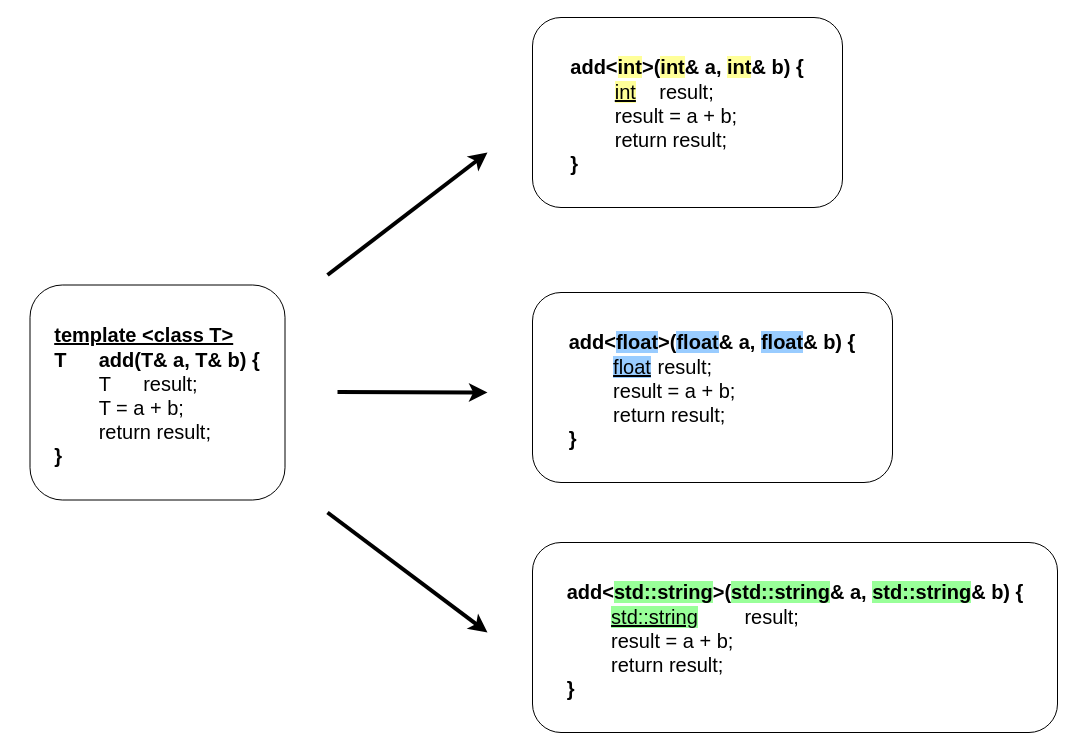
khk811/ft_containers keeps this draw.io diagram as page "template" (2 of 2) of C__OOP.drawio. Above is the earlier version. Source tidied: cells renumbered, new cells numbered last; positions are measured from the earlier drawing's top-left corner, leaving out a move shared by most shapes. Both pictures are drawn from the tidied source at 100%, with x=0, y=0 at pixel (27, 17).
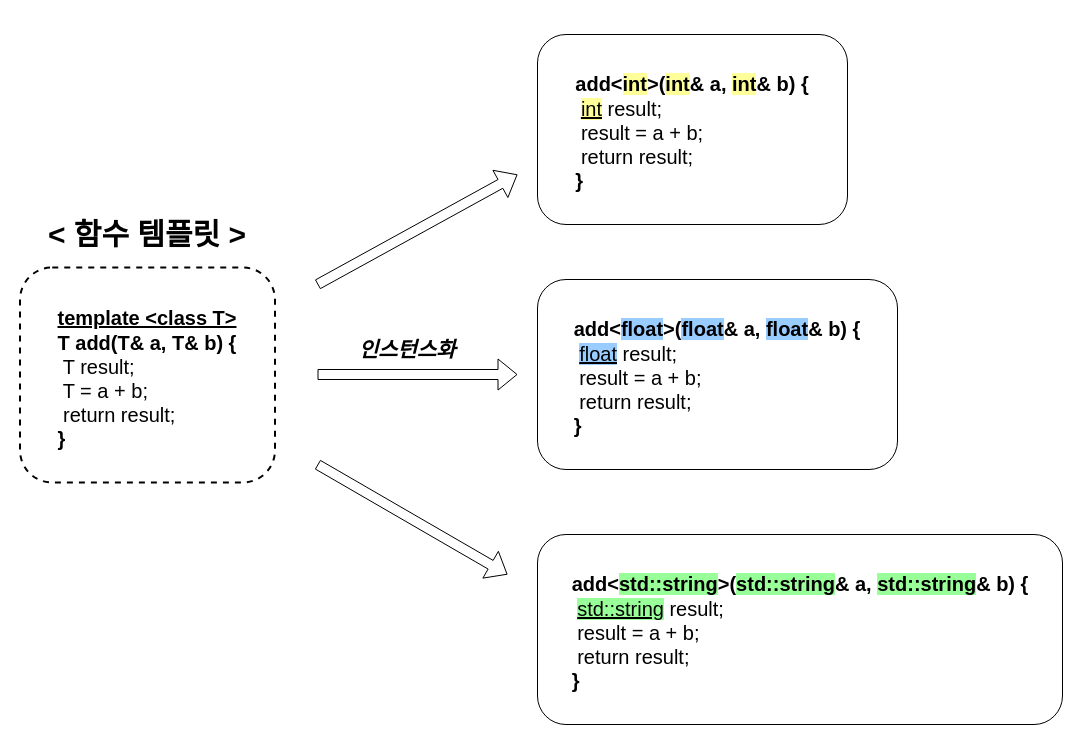
After the change.

Diff of the diagram source:
```diff
@@
 <mxGraphModel>
   <root>
     <mxCell id="0" />
     <mxCell id="1" parent="0" />
-    <mxCell id="2" value="&lt;div style=&quot;text-align: left;&quot;&gt;&lt;span style=&quot;font-size: 20px; background-color: initial;&quot;&gt;&lt;b&gt;&lt;u&gt;template &amp;lt;class T&amp;gt;&lt;/u&gt;&lt;/b&gt;&lt;/span&gt;&lt;/div&gt;&lt;font style=&quot;font-size: 20px;&quot;&gt;&lt;div style=&quot;text-align: left;&quot;&gt;&lt;b&gt;&lt;span style=&quot;background-color: initial;&quot;&gt;T&lt;/span&gt;&lt;span style=&quot;background-color: initial; white-space: pre;&quot;&gt;&#9;&lt;/span&gt;&lt;/b&gt;&lt;span style=&quot;background-color: initial;&quot;&gt;&lt;b&gt;add(T&amp;amp; a, T&amp;amp; b) {&lt;/b&gt;&lt;/span&gt;&lt;/div&gt;&lt;div style=&quot;text-align: left;&quot;&gt;&lt;span style=&quot;background-color: initial; white-space: pre;&quot;&gt;&#9;&lt;/span&gt;&lt;span style=&quot;background-color: initial;&quot;&gt;T&lt;span style=&quot;white-space: pre;&quot;&gt;&#9;&lt;/span&gt;result;&lt;/span&gt;&lt;/div&gt;&lt;div style=&quot;text-align: left;&quot;&gt;&lt;span style=&quot;background-color: initial;&quot;&gt;&lt;span style=&quot;white-space: pre;&quot;&gt;&#9;&lt;/span&gt;T = a + b;&lt;br&gt;&lt;/span&gt;&lt;/div&gt;&lt;div style=&quot;text-align: left;&quot;&gt;&lt;span style=&quot;background-color: initial;&quot;&gt;&lt;span style=&quot;white-space: pre;&quot;&gt;&#9;&lt;/span&gt;return result;&lt;br&gt;&lt;/span&gt;&lt;/div&gt;&lt;div style=&quot;text-align: left;&quot;&gt;&lt;span style=&quot;background-color: initial;&quot;&gt;&lt;b&gt;}&lt;/b&gt;&lt;/span&gt;&lt;/div&gt;&lt;/font&gt;" style="text;strokeColor=none;align=center;fillColor=none;html=1;verticalAlign=middle;whiteSpace=wrap;rounded=0;fontSize=25;fontColor=#000000;" parent="1" vertex="1">
-      <mxGeometry y="285" width="260" height="180" as="geometry" />
+    <mxCell id="2" value="&lt;div style=&quot;text-align: left;&quot;&gt;&lt;span style=&quot;font-size: 20px; background-color: initial;&quot;&gt;&lt;b&gt;&lt;u&gt;template &amp;lt;class T&amp;gt;&lt;/u&gt;&lt;/b&gt;&lt;/span&gt;&lt;/div&gt;&lt;font style=&quot;font-size: 20px;&quot;&gt;&lt;div style=&quot;text-align: left;&quot;&gt;&lt;b&gt;&lt;span style=&quot;background-color: initial;&quot;&gt;T&lt;/span&gt;&lt;span style=&quot;background-color: initial; white-space: pre;&quot;&gt; &lt;/span&gt;&lt;/b&gt;&lt;span style=&quot;background-color: initial;&quot;&gt;&lt;b&gt;add(T&amp;amp; a, T&amp;amp; b) {&lt;/b&gt;&lt;/span&gt;&lt;/div&gt;&lt;div style=&quot;text-align: left;&quot;&gt;&lt;span style=&quot;background-color: initial; white-space: pre;&quot;&gt; &lt;/span&gt;&lt;span style=&quot;background-color: initial;&quot;&gt;T&lt;span style=&quot;white-space: pre;&quot;&gt; &lt;/span&gt;result;&lt;/span&gt;&lt;/div&gt;&lt;div style=&quot;text-align: left;&quot;&gt;&lt;span style=&quot;background-color: initial;&quot;&gt;&lt;span style=&quot;white-space: pre;&quot;&gt; &lt;/span&gt;T = a + b;&lt;br&gt;&lt;/span&gt;&lt;/div&gt;&lt;div style=&quot;text-align: left;&quot;&gt;&lt;span style=&quot;background-color: initial;&quot;&gt;&lt;span style=&quot;white-space: pre;&quot;&gt; &lt;/span&gt;return result;&lt;br&gt;&lt;/span&gt;&lt;/div&gt;&lt;div style=&quot;text-align: left;&quot;&gt;&lt;span style=&quot;background-color: initial;&quot;&gt;&lt;b&gt;}&lt;/b&gt;&lt;/span&gt;&lt;/div&gt;&lt;/font&gt;" style="text;strokeColor=none;align=center;fillColor=none;html=1;verticalAlign=middle;whiteSpace=wrap;rounded=0;fontSize=25;fontColor=#000000;" parent="1" vertex="1">
+      <mxGeometry x="-10" y="267.5" width="260" height="180" as="geometry" />
     </mxCell>
-    <mxCell id="3" value="&lt;div style=&quot;text-align: left;&quot;&gt;&lt;span style=&quot;font-size: 20px;&quot;&gt;&lt;b style=&quot;&quot;&gt;add&amp;lt;&lt;font style=&quot;background-color: rgb(255, 255, 153);&quot;&gt;int&lt;/font&gt;&amp;gt;(&lt;font style=&quot;background-color: rgb(255, 255, 153);&quot;&gt;int&lt;/font&gt;&amp;amp; a, &lt;font style=&quot;background-color: rgb(255, 255, 153);&quot;&gt;int&lt;/font&gt;&amp;amp; b) {&lt;/b&gt;&lt;/span&gt;&lt;br&gt;&lt;/div&gt;&lt;font style=&quot;font-size: 20px;&quot;&gt;&lt;div style=&quot;text-align: left;&quot;&gt;&lt;span style=&quot;background-color: initial; white-space: pre;&quot;&gt;&#9;&lt;/span&gt;&lt;u&gt;&lt;font style=&quot;background-color: rgb(255, 255, 153);&quot;&gt;int&lt;/font&gt;&lt;/u&gt;&lt;span style=&quot;background-color: initial;&quot;&gt;&lt;span style=&quot;white-space: pre;&quot;&gt;&#9;&lt;/span&gt;result;&lt;/span&gt;&lt;/div&gt;&lt;div style=&quot;text-align: left;&quot;&gt;&lt;span style=&quot;background-color: initial;&quot;&gt;&lt;span style=&quot;white-space: pre;&quot;&gt;&#9;&lt;/span&gt;result&amp;nbsp;= a + b;&lt;br&gt;&lt;/span&gt;&lt;/div&gt;&lt;div style=&quot;text-align: left;&quot;&gt;&lt;span style=&quot;background-color: initial;&quot;&gt;&lt;span style=&quot;white-space: pre;&quot;&gt;&#9;&lt;/span&gt;return result;&lt;br&gt;&lt;/span&gt;&lt;/div&gt;&lt;div style=&quot;text-align: left;&quot;&gt;&lt;span style=&quot;background-color: initial;&quot;&gt;&lt;b&gt;}&lt;/b&gt;&lt;/span&gt;&lt;/div&gt;&lt;/font&gt;" style="text;strokeColor=none;align=center;fillColor=none;html=1;verticalAlign=middle;whiteSpace=wrap;rounded=0;fontSize=25;fontColor=#000000;" parent="1" vertex="1">
-      <mxGeometry x="530" y="5" width="260" height="180" as="geometry" />
+    <mxCell id="3" value="&lt;div style=&quot;text-align: left;&quot;&gt;&lt;span style=&quot;font-size: 20px;&quot;&gt;&lt;b style=&quot;&quot;&gt;add&amp;lt;&lt;font style=&quot;background-color: rgb(255, 255, 153);&quot;&gt;int&lt;/font&gt;&amp;gt;(&lt;font style=&quot;background-color: rgb(255, 255, 153);&quot;&gt;int&lt;/font&gt;&amp;amp; a, &lt;font style=&quot;background-color: rgb(255, 255, 153);&quot;&gt;int&lt;/font&gt;&amp;amp; b) {&lt;/b&gt;&lt;/span&gt;&lt;br&gt;&lt;/div&gt;&lt;font style=&quot;font-size: 20px;&quot;&gt;&lt;div style=&quot;text-align: left;&quot;&gt;&lt;span style=&quot;background-color: initial; white-space: pre;&quot;&gt; &lt;/span&gt;&lt;u&gt;&lt;font style=&quot;background-color: rgb(255, 255, 153);&quot;&gt;int&lt;/font&gt;&lt;/u&gt;&lt;span style=&quot;background-color: initial;&quot;&gt;&lt;span style=&quot;white-space: pre;&quot;&gt; &lt;/span&gt;result;&lt;/span&gt;&lt;/div&gt;&lt;div style=&quot;text-align: left;&quot;&gt;&lt;span style=&quot;background-color: initial;&quot;&gt;&lt;span style=&quot;white-space: pre;&quot;&gt; &lt;/span&gt;result&amp;nbsp;= a + b;&lt;br&gt;&lt;/span&gt;&lt;/div&gt;&lt;div style=&quot;text-align: left;&quot;&gt;&lt;span style=&quot;background-color: initial;&quot;&gt;&lt;span style=&quot;white-space: pre;&quot;&gt; &lt;/span&gt;return result;&lt;br&gt;&lt;/span&gt;&lt;/div&gt;&lt;div style=&quot;text-align: left;&quot;&gt;&lt;span style=&quot;background-color: initial;&quot;&gt;&lt;b&gt;}&lt;/b&gt;&lt;/span&gt;&lt;/div&gt;&lt;/font&gt;" style="text;strokeColor=none;align=center;fillColor=none;html=1;verticalAlign=middle;whiteSpace=wrap;rounded=0;fontSize=25;fontColor=#000000;" parent="1" vertex="1">
+      <mxGeometry x="535" y="22" width="260" height="180" as="geometry" />
     </mxCell>
-    <mxCell id="4" value="&lt;div style=&quot;text-align: left;&quot;&gt;&lt;span style=&quot;font-size: 20px;&quot;&gt;&lt;b style=&quot;&quot;&gt;add&amp;lt;&lt;font style=&quot;background-color: rgb(153, 204, 255);&quot;&gt;float&lt;/font&gt;&amp;gt;(&lt;font style=&quot;background-color: rgb(153, 204, 255);&quot;&gt;float&lt;/font&gt;&amp;amp; a, &lt;font style=&quot;background-color: rgb(153, 204, 255);&quot;&gt;float&lt;/font&gt;&amp;amp; b) {&lt;/b&gt;&lt;/span&gt;&lt;br&gt;&lt;/div&gt;&lt;font style=&quot;font-size: 20px;&quot;&gt;&lt;div style=&quot;text-align: left;&quot;&gt;&lt;span style=&quot;background-color: initial; white-space: pre;&quot;&gt;&#9;&lt;/span&gt;&lt;u style=&quot;&quot;&gt;&lt;font style=&quot;background-color: rgb(153, 204, 255);&quot;&gt;float&lt;/font&gt;&lt;/u&gt;&lt;span style=&quot;background-color: initial;&quot;&gt;&lt;span style=&quot;white-space: pre;&quot;&gt;&#9;&lt;/span&gt;result;&lt;/span&gt;&lt;/div&gt;&lt;div style=&quot;text-align: left;&quot;&gt;&lt;span style=&quot;background-color: initial;&quot;&gt;&lt;span style=&quot;white-space: pre;&quot;&gt;&#9;&lt;/span&gt;result&amp;nbsp;= a + b;&lt;br&gt;&lt;/span&gt;&lt;/div&gt;&lt;div style=&quot;text-align: left;&quot;&gt;&lt;span style=&quot;background-color: initial;&quot;&gt;&lt;span style=&quot;white-space: pre;&quot;&gt;&#9;&lt;/span&gt;return result;&lt;br&gt;&lt;/span&gt;&lt;/div&gt;&lt;div style=&quot;text-align: left;&quot;&gt;&lt;span style=&quot;background-color: initial;&quot;&gt;&lt;b&gt;}&lt;/b&gt;&lt;/span&gt;&lt;/div&gt;&lt;/font&gt;" style="text;strokeColor=none;align=center;fillColor=none;html=1;verticalAlign=middle;whiteSpace=wrap;rounded=0;fontSize=25;fontColor=#000000;" parent="1" vertex="1">
-      <mxGeometry x="530" y="280" width="310" height="180" as="geometry" />
+    <mxCell id="4" value="&lt;div style=&quot;text-align: left;&quot;&gt;&lt;span style=&quot;font-size: 20px;&quot;&gt;&lt;b style=&quot;&quot;&gt;add&amp;lt;&lt;font style=&quot;background-color: rgb(153, 204, 255);&quot;&gt;float&lt;/font&gt;&amp;gt;(&lt;font style=&quot;background-color: rgb(153, 204, 255);&quot;&gt;float&lt;/font&gt;&amp;amp; a, &lt;font style=&quot;background-color: rgb(153, 204, 255);&quot;&gt;float&lt;/font&gt;&amp;amp; b) {&lt;/b&gt;&lt;/span&gt;&lt;br&gt;&lt;/div&gt;&lt;font style=&quot;font-size: 20px;&quot;&gt;&lt;div style=&quot;text-align: left;&quot;&gt;&lt;span style=&quot;background-color: initial; white-space: pre;&quot;&gt; &lt;/span&gt;&lt;u style=&quot;&quot;&gt;&lt;font style=&quot;background-color: rgb(153, 204, 255);&quot;&gt;float&lt;/font&gt;&lt;/u&gt;&lt;span style=&quot;background-color: initial;&quot;&gt;&lt;span style=&quot;white-space: pre;&quot;&gt; &lt;/span&gt;result;&lt;/span&gt;&lt;/div&gt;&lt;div style=&quot;text-align: left;&quot;&gt;&lt;span style=&quot;background-color: initial;&quot;&gt;&lt;span style=&quot;white-space: pre;&quot;&gt; &lt;/span&gt;result&amp;nbsp;= a + b;&lt;br&gt;&lt;/span&gt;&lt;/div&gt;&lt;div style=&quot;text-align: left;&quot;&gt;&lt;span style=&quot;background-color: initial;&quot;&gt;&lt;span style=&quot;white-space: pre;&quot;&gt; &lt;/span&gt;return result;&lt;br&gt;&lt;/span&gt;&lt;/div&gt;&lt;div style=&quot;text-align: left;&quot;&gt;&lt;span style=&quot;background-color: initial;&quot;&gt;&lt;b&gt;}&lt;/b&gt;&lt;/span&gt;&lt;/div&gt;&lt;/font&gt;" style="text;strokeColor=none;align=center;fillColor=none;html=1;verticalAlign=middle;whiteSpace=wrap;rounded=0;fontSize=25;fontColor=#000000;" parent="1" vertex="1">
+      <mxGeometry x="535" y="267" width="310" height="180" as="geometry" />
     </mxCell>
-    <mxCell id="5" value="&lt;div style=&quot;text-align: left;&quot;&gt;&lt;span style=&quot;font-size: 20px;&quot;&gt;&lt;b style=&quot;&quot;&gt;add&amp;lt;&lt;font style=&quot;background-color: rgb(153, 255, 153);&quot;&gt;std::string&lt;/font&gt;&amp;gt;(&lt;font style=&quot;background-color: rgb(153, 255, 153);&quot;&gt;std::string&lt;/font&gt;&amp;amp; a, &lt;font style=&quot;background-color: rgb(153, 255, 153);&quot;&gt;std::string&lt;/font&gt;&amp;amp; b) {&lt;/b&gt;&lt;/span&gt;&lt;br&gt;&lt;/div&gt;&lt;font style=&quot;font-size: 20px;&quot;&gt;&lt;div style=&quot;text-align: left;&quot;&gt;&lt;span style=&quot;background-color: initial; white-space: pre;&quot;&gt;&#9;&lt;/span&gt;&lt;font&gt;&lt;u style=&quot;background-color: rgb(153, 255, 153);&quot;&gt;std::string&lt;/u&gt;&lt;/font&gt;&lt;span style=&quot;background-color: initial;&quot;&gt;&lt;span style=&quot;white-space: pre;&quot;&gt;&#9;&lt;/span&gt;result;&lt;/span&gt;&lt;/div&gt;&lt;div style=&quot;text-align: left;&quot;&gt;&lt;span style=&quot;background-color: initial;&quot;&gt;&lt;span style=&quot;white-space: pre;&quot;&gt;&#9;&lt;/span&gt;result&amp;nbsp;= a + b;&lt;br&gt;&lt;/span&gt;&lt;/div&gt;&lt;div style=&quot;text-align: left;&quot;&gt;&lt;span style=&quot;background-color: initial;&quot;&gt;&lt;span style=&quot;white-space: pre;&quot;&gt;&#9;&lt;/span&gt;return result;&lt;br&gt;&lt;/span&gt;&lt;/div&gt;&lt;div style=&quot;text-align: left;&quot;&gt;&lt;span style=&quot;background-color: initial;&quot;&gt;&lt;b&gt;}&lt;/b&gt;&lt;/span&gt;&lt;/div&gt;&lt;/font&gt;" style="text;strokeColor=none;align=center;fillColor=none;html=1;verticalAlign=middle;whiteSpace=wrap;rounded=0;fontSize=25;fontColor=#000000;" parent="1" vertex="1">
-      <mxGeometry x="537.5" y="530" width="460" height="180" as="geometry" />
+    <mxCell id="5" value="&lt;div style=&quot;text-align: left;&quot;&gt;&lt;span style=&quot;font-size: 20px;&quot;&gt;&lt;b style=&quot;&quot;&gt;add&amp;lt;&lt;font style=&quot;background-color: rgb(153, 255, 153);&quot;&gt;std::string&lt;/font&gt;&amp;gt;(&lt;font style=&quot;background-color: rgb(153, 255, 153);&quot;&gt;std::string&lt;/font&gt;&amp;amp; a, &lt;font style=&quot;background-color: rgb(153, 255, 153);&quot;&gt;std::string&lt;/font&gt;&amp;amp; b) {&lt;/b&gt;&lt;/span&gt;&lt;br&gt;&lt;/div&gt;&lt;font style=&quot;font-size: 20px;&quot;&gt;&lt;div style=&quot;text-align: left;&quot;&gt;&lt;span style=&quot;background-color: initial; white-space: pre;&quot;&gt; &lt;/span&gt;&lt;font&gt;&lt;u style=&quot;background-color: rgb(153, 255, 153);&quot;&gt;std::string&lt;/u&gt;&lt;/font&gt;&lt;span style=&quot;background-color: initial;&quot;&gt;&lt;span style=&quot;white-space: pre;&quot;&gt; &lt;/span&gt;result;&lt;/span&gt;&lt;/div&gt;&lt;div style=&quot;text-align: left;&quot;&gt;&lt;span style=&quot;background-color: initial;&quot;&gt;&lt;span style=&quot;white-space: pre;&quot;&gt; &lt;/span&gt;result&amp;nbsp;= a + b;&lt;br&gt;&lt;/span&gt;&lt;/div&gt;&lt;div style=&quot;text-align: left;&quot;&gt;&lt;span style=&quot;background-color: initial;&quot;&gt;&lt;span style=&quot;white-space: pre;&quot;&gt; &lt;/span&gt;return result;&lt;br&gt;&lt;/span&gt;&lt;/div&gt;&lt;div style=&quot;text-align: left;&quot;&gt;&lt;span style=&quot;background-color: initial;&quot;&gt;&lt;b&gt;}&lt;/b&gt;&lt;/span&gt;&lt;/div&gt;&lt;/font&gt;" style="text;strokeColor=none;align=center;fillColor=none;html=1;verticalAlign=middle;whiteSpace=wrap;rounded=0;fontSize=25;fontColor=#000000;" parent="1" vertex="1">
+      <mxGeometry x="542.5" y="522" width="460" height="180" as="geometry" />
     </mxCell>
-    <mxCell id="6" style="endArrow=classic;html=1;rounded=0;fontSize=20;fontColor=#99CCFF;strokeWidth=4;" parent="1" edge="1">
-      <mxGeometry relative="1" as="geometry">
-        <mxPoint x="300" y="257.5" as="sourcePoint" />
-        <mxPoint x="460" y="135" as="targetPoint" />
-      </mxGeometry>
-    </mxCell>
-    <mxCell id="7" style="endArrow=classic;html=1;rounded=0;fontSize=20;fontColor=#99CCFF;strokeWidth=4;" parent="1" edge="1">
-      <mxGeometry relative="1" as="geometry">
-        <mxPoint x="300" y="495" as="sourcePoint" />
-        <mxPoint x="460" y="615" as="targetPoint" />
-      </mxGeometry>
-    </mxCell>
-    <mxCell id="8" style="endArrow=classic;html=1;rounded=0;fontSize=20;fontColor=#99CCFF;strokeWidth=4;" parent="1" edge="1">
-      <mxGeometry relative="1" as="geometry">
-        <mxPoint x="310" y="374.6" as="sourcePoint" />
-        <mxPoint x="460" y="375" as="targetPoint" />
-      </mxGeometry>
-    </mxCell>
-    <mxCell id="9" style="rounded=1;whiteSpace=wrap;html=1;labelBackgroundColor=#FF9999;strokeWidth=1;fontSize=20;fontColor=#99CCFF;fillColor=none;" parent="1" vertex="1">
-      <mxGeometry x="2.5" y="267.5" width="255" height="215" as="geometry" />
+    <mxCell id="9" style="rounded=1;whiteSpace=wrap;html=1;labelBackgroundColor=#FF9999;strokeWidth=2;fontSize=20;fontColor=#99CCFF;fillColor=none;dashed=1;" parent="1" vertex="1">
+      <mxGeometry x="-7.5" y="250" width="255" height="215" as="geometry" />
     </mxCell>
     <mxCell id="10" style="rounded=1;whiteSpace=wrap;html=1;labelBackgroundColor=#FF9999;strokeWidth=1;fontSize=20;fontColor=#99CCFF;fillColor=none;" parent="1" vertex="1">
-      <mxGeometry x="505" width="310" height="190" as="geometry" />
+      <mxGeometry x="510" y="17" width="310" height="190" as="geometry" />
     </mxCell>
     <mxCell id="11" style="rounded=1;whiteSpace=wrap;html=1;labelBackgroundColor=#FF9999;strokeWidth=1;fontSize=20;fontColor=#99CCFF;fillColor=none;" parent="1" vertex="1">
-      <mxGeometry x="505" y="275" width="360" height="190" as="geometry" />
+      <mxGeometry x="510" y="262" width="360" height="190" as="geometry" />
     </mxCell>
     <mxCell id="12" style="rounded=1;whiteSpace=wrap;html=1;labelBackgroundColor=#FF9999;strokeWidth=1;fontSize=20;fontColor=#99CCFF;fillColor=none;" parent="1" vertex="1">
-      <mxGeometry x="505" y="525" width="525" height="190" as="geometry" />
+      <mxGeometry x="510" y="517" width="525" height="190" as="geometry" />
     </mxCell>
+    <mxCell id="13" style="shape=flexArrow;endArrow=classic;html=1;rounded=0;fontSize=20;" parent="1" edge="1">
+      <mxGeometry relative="1" as="geometry">
+        <mxPoint x="290" y="267" as="sourcePoint" />
+        <mxPoint x="490" y="157" as="targetPoint" />
+      </mxGeometry>
+    </mxCell>
+    <mxCell id="14" style="shape=flexArrow;endArrow=classic;html=1;rounded=0;fontSize=20;" parent="1" edge="1">
+      <mxGeometry relative="1" as="geometry">
+        <mxPoint x="290" y="357" as="sourcePoint" />
+        <mxPoint x="490" y="357" as="targetPoint" />
+      </mxGeometry>
+    </mxCell>
+    <mxCell id="15" style="shape=flexArrow;endArrow=classic;html=1;rounded=0;fontSize=20;" parent="1" edge="1">
+      <mxGeometry relative="1" as="geometry">
+        <mxPoint x="290" y="447" as="sourcePoint" />
+        <mxPoint x="480" y="557" as="targetPoint" />
+      </mxGeometry>
+    </mxCell>
+    <mxCell id="16" value="&lt;b&gt;&lt;i&gt;&lt;font style=&quot;font-size: 21px;&quot;&gt;인스턴스화&lt;/font&gt;&lt;/i&gt;&lt;/b&gt;" style="text;strokeColor=none;align=center;fillColor=none;html=1;verticalAlign=middle;whiteSpace=wrap;rounded=0;fontSize=13;" parent="1" vertex="1">
+      <mxGeometry x="315" y="317" width="130" height="30" as="geometry" />
+    </mxCell>
+    <mxCell id="17" value="&lt;font style=&quot;font-size: 30px;&quot;&gt;&lt;b&gt;&amp;lt; 함수 템플릿 &amp;gt;&lt;/b&gt;&lt;/font&gt;" style="text;strokeColor=none;align=center;fillColor=none;html=1;verticalAlign=middle;whiteSpace=wrap;rounded=0;" parent="1" vertex="1">
+      <mxGeometry x="15" y="197" width="210" height="40" as="geometry" />
+    </mxCell>
   </root>
 </mxGraphModel>
```
